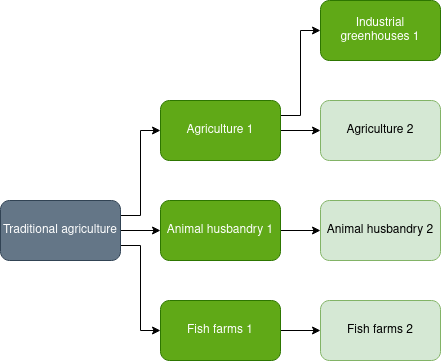
cit1zen/workers-and-resources-community-tech-tree keeps this draw.io diagram as resources/agriculture.png. Above is the earlier version. Source tidied: cells renumbered, new cells last; positions are measured from the earlier drawing's top-left corner, leaving out a move shared by most shapes. Source of this version:
```xml
<mxGraphModel>
  <root>
    <mxCell id="0" />
    <mxCell id="1" parent="0" />
    <mxCell id="2" style="edgeStyle=orthogonalEdgeStyle;rounded=0;jettySize=auto;html=1;exitX=1;exitY=0.25;exitDx=0;exitDy=0;entryX=0;entryY=0.5;entryDx=0;entryDy=0;" parent="1" edge="1" source="4" target="12">
      <mxGeometry relative="1" as="geometry" />
    </mxCell>
    <mxCell id="3" style="edgeStyle=orthogonalEdgeStyle;rounded=0;jettySize=auto;html=1;exitX=1;exitY=0.5;exitDx=0;exitDy=0;entryX=0;entryY=0.5;entryDx=0;entryDy=0;" parent="1" edge="1" source="4" target="11">
      <mxGeometry relative="1" as="geometry" />
    </mxCell>
    <mxCell id="4" value="Agriculture 1" style="rounded=1;whiteSpace=wrap;html=1;fillColor=#60a917;strokeColor=#2D7600;fontColor=#ffffff;" parent="1" vertex="1">
      <mxGeometry x="160" y="100" width="120" height="60" as="geometry" />
    </mxCell>
    <mxCell id="5" style="edgeStyle=orthogonalEdgeStyle;rounded=0;jettySize=auto;html=1;exitX=1;exitY=0.25;exitDx=0;exitDy=0;entryX=0;entryY=0.5;entryDx=0;entryDy=0;" parent="1" edge="1" source="8" target="4">
      <mxGeometry relative="1" as="geometry" />
    </mxCell>
    <mxCell id="6" style="edgeStyle=orthogonalEdgeStyle;rounded=0;jettySize=auto;html=1;exitX=1;exitY=0.5;exitDx=0;exitDy=0;entryX=0;entryY=0.5;entryDx=0;entryDy=0;" parent="1" edge="1" source="8" target="10">
      <mxGeometry relative="1" as="geometry" />
    </mxCell>
    <mxCell id="7" style="edgeStyle=orthogonalEdgeStyle;rounded=0;jettySize=auto;html=1;exitX=1;exitY=0.75;exitDx=0;exitDy=0;entryX=0;entryY=0.5;entryDx=0;entryDy=0;" parent="1" edge="1" source="8" target="14">
      <mxGeometry relative="1" as="geometry" />
    </mxCell>
    <mxCell id="8" value="Traditional agriculture" style="rounded=1;whiteSpace=wrap;html=1;fillColor=#647687;strokeColor=#314354;fontColor=#ffffff;" parent="1" vertex="1">
      <mxGeometry y="200" width="120" height="60" as="geometry" />
    </mxCell>
    <mxCell id="9" style="edgeStyle=orthogonalEdgeStyle;rounded=0;jettySize=auto;html=1;exitX=1;exitY=0.5;exitDx=0;exitDy=0;entryX=0;entryY=0.5;entryDx=0;entryDy=0;" parent="1" edge="1" source="10" target="15">
      <mxGeometry relative="1" as="geometry" />
    </mxCell>
    <mxCell id="10" value="Animal husbandry 1" style="rounded=1;whiteSpace=wrap;html=1;fillColor=#60a917;strokeColor=#2D7600;fontColor=#ffffff;" parent="1" vertex="1">
      <mxGeometry x="160" y="200" width="120" height="60" as="geometry" />
    </mxCell>
    <mxCell id="11" value="Agriculture 2" style="rounded=1;whiteSpace=wrap;html=1;fillColor=#d5e8d4;strokeColor=#82b366;" parent="1" vertex="1">
      <mxGeometry x="320" y="100" width="120" height="60" as="geometry" />
    </mxCell>
    <mxCell id="12" value="Industrial greenhouses 1" style="rounded=1;whiteSpace=wrap;html=1;fillColor=#60a917;strokeColor=#2D7600;fontColor=#ffffff;" parent="1" vertex="1">
      <mxGeometry x="320" width="120" height="60" as="geometry" />
    </mxCell>
    <mxCell id="13" style="edgeStyle=orthogonalEdgeStyle;rounded=0;jettySize=auto;html=1;exitX=1;exitY=0.5;exitDx=0;exitDy=0;entryX=0;entryY=0.5;entryDx=0;entryDy=0;" parent="1" edge="1" source="14" target="16">
      <mxGeometry relative="1" as="geometry" />
    </mxCell>
    <mxCell id="14" value="Fish farms 1" style="rounded=1;whiteSpace=wrap;html=1;fillColor=#60a917;strokeColor=#2D7600;fontColor=#ffffff;" parent="1" vertex="1">
      <mxGeometry x="160" y="300" width="120" height="60" as="geometry" />
    </mxCell>
    <mxCell id="15" value="Animal husbandry 2" style="rounded=1;whiteSpace=wrap;html=1;fillColor=#d5e8d4;strokeColor=#82b366;" parent="1" vertex="1">
      <mxGeometry x="320" y="200" width="120" height="60" as="geometry" />
    </mxCell>
    <mxCell id="16" value="Fish farms 2" style="rounded=1;whiteSpace=wrap;html=1;fillColor=#d5e8d4;strokeColor=#82b366;" parent="1" vertex="1">
      <mxGeometry x="320" y="300" width="120" height="60" as="geometry" />
    </mxCell>
  </root>
</mxGraphModel>
```
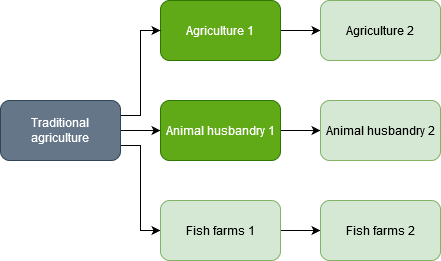
Later version of the same file.

What changed in the source:
```diff
@@ -2,9 +2,6 @@
   <root>
     <mxCell id="0" />
     <mxCell id="1" parent="0" />
-    <mxCell id="2" style="edgeStyle=orthogonalEdgeStyle;rounded=0;jettySize=auto;html=1;exitX=1;exitY=0.25;exitDx=0;exitDy=0;entryX=0;entryY=0.5;entryDx=0;entryDy=0;" parent="1" edge="1" source="4" target="12">
-      <mxGeometry relative="1" as="geometry" />
-    </mxCell>
     <mxCell id="3" style="edgeStyle=orthogonalEdgeStyle;rounded=0;jettySize=auto;html=1;exitX=1;exitY=0.5;exitDx=0;exitDy=0;entryX=0;entryY=0.5;entryDx=0;entryDy=0;" parent="1" edge="1" source="4" target="11">
       <mxGeometry relative="1" as="geometry" />
     </mxCell>
@@ -32,13 +29,10 @@
     <mxCell id="11" value="Agriculture 2" style="rounded=1;whiteSpace=wrap;html=1;fillColor=#d5e8d4;strokeColor=#82b366;" parent="1" vertex="1">
       <mxGeometry x="320" y="100" width="120" height="60" as="geometry" />
     </mxCell>
-    <mxCell id="12" value="Industrial greenhouses 1" style="rounded=1;whiteSpace=wrap;html=1;fillColor=#60a917;strokeColor=#2D7600;fontColor=#ffffff;" parent="1" vertex="1">
-      <mxGeometry x="320" width="120" height="60" as="geometry" />
-    </mxCell>
     <mxCell id="13" style="edgeStyle=orthogonalEdgeStyle;rounded=0;jettySize=auto;html=1;exitX=1;exitY=0.5;exitDx=0;exitDy=0;entryX=0;entryY=0.5;entryDx=0;entryDy=0;" parent="1" edge="1" source="14" target="16">
       <mxGeometry relative="1" as="geometry" />
     </mxCell>
-    <mxCell id="14" value="Fish farms 1" style="rounded=1;whiteSpace=wrap;html=1;fillColor=#60a917;strokeColor=#2D7600;fontColor=#ffffff;" parent="1" vertex="1">
+    <mxCell id="14" value="Fish farms 1" style="rounded=1;whiteSpace=wrap;html=1;fillColor=#d5e8d4;strokeColor=#82b366;" parent="1" vertex="1">
       <mxGeometry x="160" y="300" width="120" height="60" as="geometry" />
     </mxCell>
     <mxCell id="15" value="Animal husbandry 2" style="rounded=1;whiteSpace=wrap;html=1;fillColor=#d5e8d4;strokeColor=#82b366;" parent="1" vertex="1">
```
